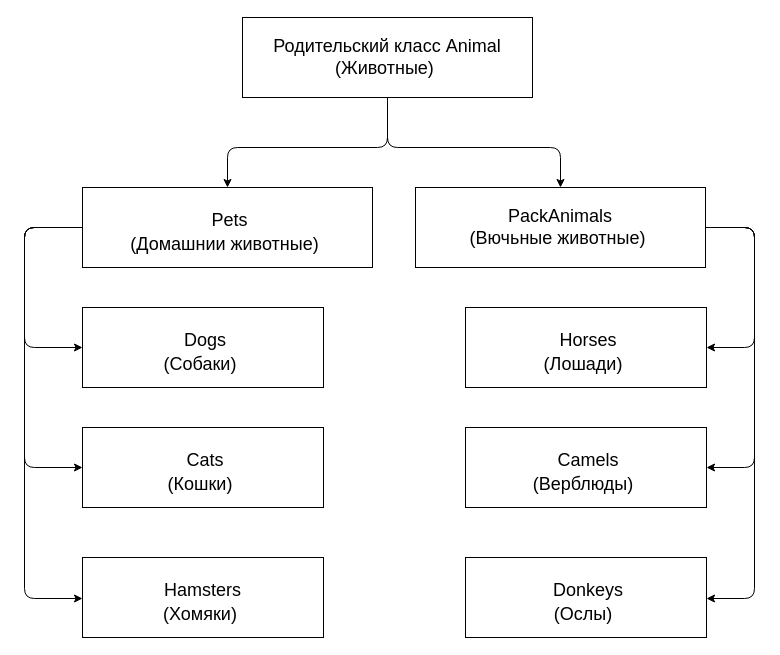
Earlier version of the draw.io diagram images/diagram_zoo.dio (ArtemErmilov/Artem-Ermilov-Final-control-work). Source tidied: cells renumbered, new cells numbered last; positions are measured from the earlier drawing's top-left corner, leaving out a move shared by most shapes. Both pictures are drawn from the tidied source at 100%, with x=0, y=0 at pixel (24, 17).
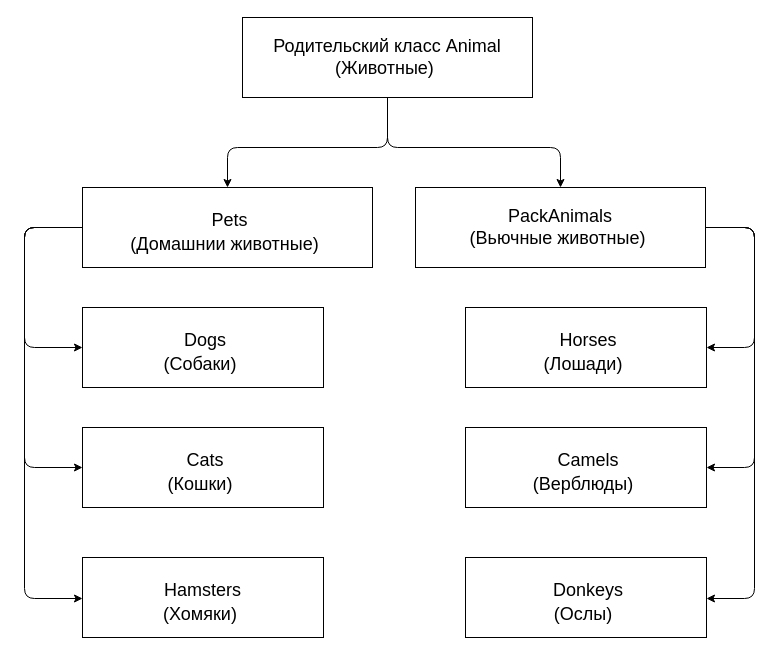
The same page after the edit.

The edit, as a diff of the source:
```diff
@@
-    <mxCell id="9" value="&lt;font style=&quot;&quot;&gt;&lt;span style=&quot;font-size: 18px;&quot;&gt;PackAnimals&lt;/span&gt;&lt;br&gt;&lt;span style=&quot;font-size: 18px;&quot;&gt;(Вючьные животные)&amp;nbsp;&lt;/span&gt;&lt;/font&gt;" style="rounded=0;whiteSpace=wrap;html=1;" parent="1" vertex="1">
+    <mxCell id="9" value="&lt;font style=&quot;&quot;&gt;&lt;span style=&quot;font-size: 18px;&quot;&gt;PackAnimals&lt;/span&gt;&lt;br&gt;&lt;span style=&quot;font-size: 18px;&quot;&gt;(Вьючные животные)&amp;nbsp;&lt;/span&gt;&lt;/font&gt;" style="rounded=0;whiteSpace=wrap;html=1;" parent="1" vertex="1">
       <mxGeometry x="391" y="170" width="290" height="80" as="geometry" />
     </mxCell>
```
